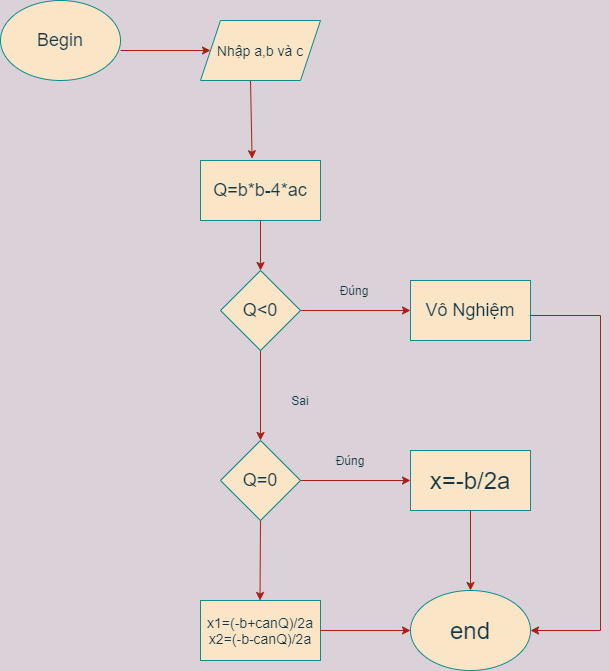
The draw.io diagram Flowchart giai pt bat 2.png in thongleqwer/flowchart, before a commit. Source tidied: cells renumbered, new cells last; positions are measured from the earlier drawing's top-left corner, leaving out a move shared by most shapes.
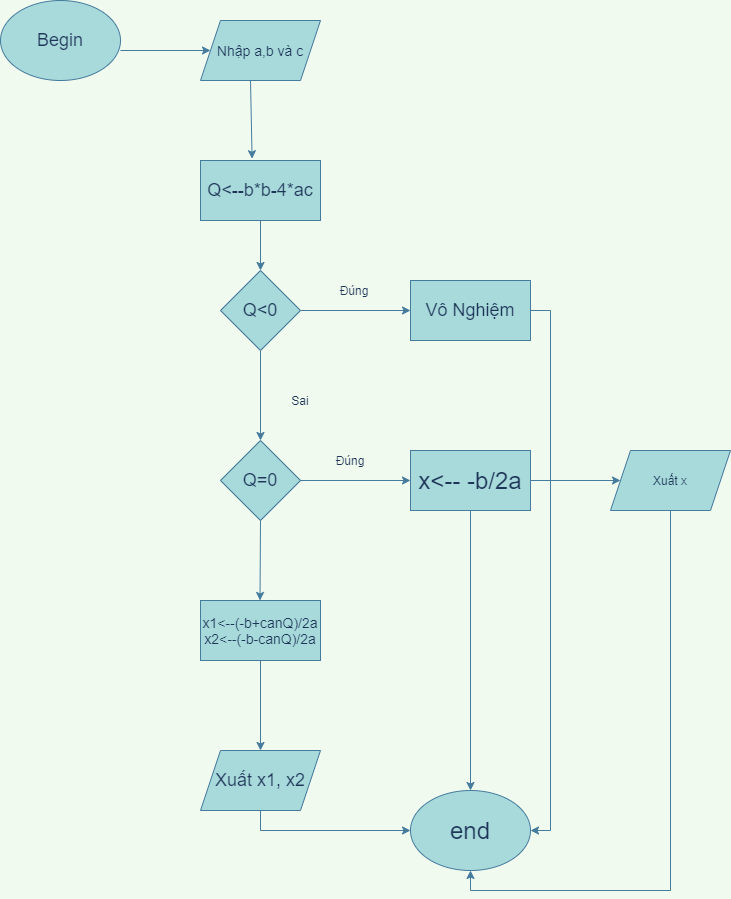
After the commit.

What changed in the source:
```diff
@@ -1,104 +1,103 @@
-<mxGraphModel background="#DAD2D8">
+<mxGraphModel background="#F1FAEE">
   <root>
     <mxCell id="0" />
     <mxCell id="1" parent="0" />
-    <mxCell id="2" value="&lt;font style=&quot;font-size: 18px&quot;&gt;Begin&lt;/font&gt;" style="ellipse;whiteSpace=wrap;html=1;fillColor=#FAE5C7;strokeColor=#0F8B8D;fontColor=#143642;" parent="1" vertex="1">
+    <mxCell id="2" value="&lt;font style=&quot;font-size: 18px&quot;&gt;Begin&lt;/font&gt;" style="ellipse;whiteSpace=wrap;html=1;fillColor=#A8DADC;strokeColor=#457B9D;fontColor=#1D3557;" parent="1" vertex="1">
       <mxGeometry width="120" height="80" as="geometry" />
     </mxCell>
-    <mxCell id="3" value="&lt;font style=&quot;font-size: 14px&quot;&gt;Nhập a,b và c&lt;/font&gt;" style="shape=parallelogram;perimeter=parallelogramPerimeter;whiteSpace=wrap;html=1;fixedSize=1;fillColor=#FAE5C7;strokeColor=#0F8B8D;fontColor=#143642;" parent="1" vertex="1">
+    <mxCell id="3" value="&lt;font style=&quot;font-size: 14px&quot;&gt;Nhập a,b và c&lt;/font&gt;" style="shape=parallelogram;perimeter=parallelogramPerimeter;whiteSpace=wrap;html=1;fixedSize=1;fillColor=#A8DADC;strokeColor=#457B9D;fontColor=#1D3557;" parent="1" vertex="1">
       <mxGeometry x="200" y="20" width="120" height="60" as="geometry" />
     </mxCell>
-    <mxCell id="4" style="endArrow=classic;html=1;entryX=0;entryY=0.5;entryDx=0;entryDy=0;labelBackgroundColor=#DAD2D8;strokeColor=#A8201A;fontColor=#143642;" parent="1" edge="1" target="3">
+    <mxCell id="4" style="endArrow=classic;html=1;entryX=0;entryY=0.5;entryDx=0;entryDy=0;strokeColor=#457B9D;fontColor=#1D3557;labelBackgroundColor=#F1FAEE;" parent="1" edge="1" target="3">
       <mxGeometry relative="1" as="geometry">
         <mxPoint x="120" y="50" as="sourcePoint" />
       </mxGeometry>
     </mxCell>
-    <mxCell id="5" value="&lt;font style=&quot;font-size: 18px&quot;&gt;Q=b*b-4*ac&lt;/font&gt;" style="rounded=0;whiteSpace=wrap;html=1;fillColor=#FAE5C7;strokeColor=#0F8B8D;fontColor=#143642;" parent="1" vertex="1">
+    <mxCell id="5" value="&lt;font style=&quot;font-size: 18px&quot;&gt;Q&amp;lt;--b*b-4*ac&lt;/font&gt;" style="rounded=0;whiteSpace=wrap;html=1;fillColor=#A8DADC;strokeColor=#457B9D;fontColor=#1D3557;" parent="1" vertex="1">
       <mxGeometry x="200" y="160" width="120" height="60" as="geometry" />
     </mxCell>
-    <mxCell id="6" style="endArrow=classic;html=1;entryX=0.43;entryY=-0.03;entryDx=0;entryDy=0;entryPerimeter=0;labelBackgroundColor=#DAD2D8;strokeColor=#A8201A;fontColor=#143642;" parent="1" edge="1" target="5">
+    <mxCell id="6" style="endArrow=classic;html=1;entryX=0.43;entryY=-0.03;entryDx=0;entryDy=0;entryPerimeter=0;strokeColor=#457B9D;fontColor=#1D3557;labelBackgroundColor=#F1FAEE;" parent="1" edge="1" target="5">
       <mxGeometry relative="1" as="geometry">
         <mxPoint x="250" y="80" as="sourcePoint" />
       </mxGeometry>
     </mxCell>
-    <mxCell id="7" value="&lt;font style=&quot;font-size: 18px&quot;&gt;Q&amp;lt;0&lt;/font&gt;" style="rhombus;whiteSpace=wrap;html=1;fillColor=#FAE5C7;strokeColor=#0F8B8D;fontColor=#143642;" parent="1" vertex="1">
+    <mxCell id="7" value="&lt;font style=&quot;font-size: 18px&quot;&gt;Q&amp;lt;0&lt;/font&gt;" style="rhombus;whiteSpace=wrap;html=1;fillColor=#A8DADC;strokeColor=#457B9D;fontColor=#1D3557;" parent="1" vertex="1">
       <mxGeometry x="220" y="270" width="80" height="80" as="geometry" />
     </mxCell>
-    <mxCell id="8" style="endArrow=classic;html=1;entryX=0.5;entryY=0;entryDx=0;entryDy=0;labelBackgroundColor=#DAD2D8;strokeColor=#A8201A;fontColor=#143642;" parent="1" edge="1" target="7">
+    <mxCell id="8" style="endArrow=classic;html=1;entryX=0.5;entryY=0;entryDx=0;entryDy=0;strokeColor=#457B9D;fontColor=#1D3557;labelBackgroundColor=#F1FAEE;" parent="1" edge="1" target="7">
       <mxGeometry relative="1" as="geometry">
         <mxPoint x="260" y="220" as="sourcePoint" />
       </mxGeometry>
     </mxCell>
+    <mxCell id="26" style="edgeStyle=orthogonalEdgeStyle;rounded=0;jettySize=auto;html=1;exitX=1;exitY=0.5;exitDx=0;exitDy=0;entryX=1;entryY=0.5;entryDx=0;entryDy=0;labelBackgroundColor=#F1FAEE;strokeColor=#457B9D;fontColor=#1D3557;" parent="1" edge="1" source="9" target="20">
+      <mxGeometry relative="1" as="geometry" />
+    </mxCell>
-    <mxCell id="9" value="&lt;font style=&quot;font-size: 18px&quot;&gt;Vô Nghiệm&lt;/font&gt;" style="rounded=0;whiteSpace=wrap;html=1;fillColor=#FAE5C7;strokeColor=#0F8B8D;fontColor=#143642;" parent="1" vertex="1">
+    <mxCell id="9" value="&lt;font style=&quot;font-size: 18px&quot;&gt;Vô Nghiệm&lt;/font&gt;" style="rounded=0;whiteSpace=wrap;html=1;fillColor=#A8DADC;strokeColor=#457B9D;fontColor=#1D3557;" parent="1" vertex="1">
       <mxGeometry x="410" y="280" width="120" height="60" as="geometry" />
     </mxCell>
-    <mxCell id="10" style="endArrow=classic;html=1;entryX=0;entryY=0.5;entryDx=0;entryDy=0;labelBackgroundColor=#DAD2D8;strokeColor=#A8201A;fontColor=#143642;" parent="1" edge="1" target="9">
+    <mxCell id="10" style="endArrow=classic;html=1;entryX=0;entryY=0.5;entryDx=0;entryDy=0;strokeColor=#457B9D;fontColor=#1D3557;labelBackgroundColor=#F1FAEE;" parent="1" edge="1" target="9">
       <mxGeometry relative="1" as="geometry">
         <mxPoint x="300" y="310" as="sourcePoint" />
       </mxGeometry>
     </mxCell>
-    <mxCell id="11" value="Đúng" style="text;html=1;strokeColor=none;fillColor=none;align=center;verticalAlign=middle;whiteSpace=wrap;rounded=0;fontColor=#143642;" parent="1" vertex="1">
+    <mxCell id="11" value="Đúng" style="text;html=1;strokeColor=none;fillColor=none;align=center;verticalAlign=middle;whiteSpace=wrap;rounded=0;fontColor=#1D3557;" parent="1" vertex="1">
       <mxGeometry x="333.5" y="280" width="40" height="20" as="geometry" />
     </mxCell>
-    <mxCell id="12" value="&lt;font style=&quot;font-size: 18px&quot;&gt;Q=0&lt;/font&gt;" style="rhombus;whiteSpace=wrap;html=1;fillColor=#FAE5C7;strokeColor=#0F8B8D;fontColor=#143642;" parent="1" vertex="1">
+    <mxCell id="12" value="&lt;font style=&quot;font-size: 18px&quot;&gt;Q=0&lt;/font&gt;" style="rhombus;whiteSpace=wrap;html=1;fillColor=#A8DADC;strokeColor=#457B9D;fontColor=#1D3557;" parent="1" vertex="1">
       <mxGeometry x="220" y="440" width="80" height="80" as="geometry" />
     </mxCell>
-    <mxCell id="13" style="endArrow=classic;html=1;entryX=0.5;entryY=0;entryDx=0;entryDy=0;labelBackgroundColor=#DAD2D8;strokeColor=#A8201A;fontColor=#143642;" parent="1" edge="1" target="12">
+    <mxCell id="13" style="endArrow=classic;html=1;entryX=0.5;entryY=0;entryDx=0;entryDy=0;strokeColor=#457B9D;fontColor=#1D3557;labelBackgroundColor=#F1FAEE;" parent="1" edge="1" target="12">
       <mxGeometry relative="1" as="geometry">
         <mxPoint x="260" y="350" as="sourcePoint" />
       </mxGeometry>
     </mxCell>
-    <mxCell id="14" value="Sai" style="text;html=1;strokeColor=none;fillColor=none;align=center;verticalAlign=middle;whiteSpace=wrap;rounded=0;fontColor=#143642;" parent="1" vertex="1">
+    <mxCell id="14" value="Sai" style="text;html=1;strokeColor=none;fillColor=none;align=center;verticalAlign=middle;whiteSpace=wrap;rounded=0;fontColor=#1D3557;" parent="1" vertex="1">
       <mxGeometry x="280" y="390" width="40" height="20" as="geometry" />
     </mxCell>
+    <mxCell id="27" style="edgeStyle=orthogonalEdgeStyle;rounded=0;jettySize=auto;html=1;exitX=1;exitY=0.5;exitDx=0;exitDy=0;labelBackgroundColor=#F1FAEE;strokeColor=#457B9D;fontColor=#1D3557;" parent="1" edge="1" source="15" target="30">
+      <mxGeometry relative="1" as="geometry" />
+    </mxCell>
-    <mxCell id="15" value="&lt;font style=&quot;font-size: 24px&quot;&gt;x=-b/2a&lt;/font&gt;" style="rounded=0;whiteSpace=wrap;html=1;fillColor=#FAE5C7;strokeColor=#0F8B8D;fontColor=#143642;" parent="1" vertex="1">
+    <mxCell id="15" value="&lt;font style=&quot;font-size: 24px&quot;&gt;x&amp;lt;-- -b/2a&lt;/font&gt;" style="rounded=0;whiteSpace=wrap;html=1;fillColor=#A8DADC;strokeColor=#457B9D;fontColor=#1D3557;" parent="1" vertex="1">
       <mxGeometry x="410" y="450" width="120" height="60" as="geometry" />
     </mxCell>
-    <mxCell id="16" style="endArrow=classic;html=1;entryX=0;entryY=0.5;entryDx=0;entryDy=0;labelBackgroundColor=#DAD2D8;strokeColor=#A8201A;fontColor=#143642;" parent="1" edge="1" target="15">
+    <mxCell id="16" style="endArrow=classic;html=1;entryX=0;entryY=0.5;entryDx=0;entryDy=0;strokeColor=#457B9D;fontColor=#1D3557;labelBackgroundColor=#F1FAEE;" parent="1" edge="1" target="15">
       <mxGeometry relative="1" as="geometry">
         <mxPoint x="300" y="480" as="sourcePoint" />
       </mxGeometry>
     </mxCell>
-    <mxCell id="17" value="Đúng" style="text;html=1;strokeColor=none;fillColor=none;align=center;verticalAlign=middle;whiteSpace=wrap;rounded=0;fontColor=#143642;" parent="1" vertex="1">
+    <mxCell id="17" value="Đúng" style="text;html=1;strokeColor=none;fillColor=none;align=center;verticalAlign=middle;whiteSpace=wrap;rounded=0;fontColor=#1D3557;" parent="1" vertex="1">
       <mxGeometry x="330" y="450" width="40" height="20" as="geometry" />
     </mxCell>
-    <mxCell id="18" style="endArrow=classic;html=1;exitX=0.5;exitY=1;exitDx=0;exitDy=0;labelBackgroundColor=#DAD2D8;strokeColor=#A8201A;fontColor=#143642;" parent="1" edge="1" source="12">
+    <mxCell id="18" style="endArrow=classic;html=1;exitX=0.5;exitY=1;exitDx=0;exitDy=0;strokeColor=#457B9D;fontColor=#1D3557;labelBackgroundColor=#F1FAEE;" parent="1" edge="1" source="12">
       <mxGeometry relative="1" as="geometry">
         <mxPoint x="259.5" y="600" as="targetPoint" />
       </mxGeometry>
     </mxCell>
+    <mxCell id="28" style="edgeStyle=orthogonalEdgeStyle;rounded=0;jettySize=auto;html=1;exitX=0.5;exitY=1;exitDx=0;exitDy=0;entryX=0.5;entryY=0;entryDx=0;entryDy=0;labelBackgroundColor=#F1FAEE;strokeColor=#457B9D;fontColor=#1D3557;" parent="1" edge="1" source="19" target="32">
+      <mxGeometry relative="1" as="geometry" />
+    </mxCell>
-    <mxCell id="19" value="&lt;font style=&quot;font-size: 14px&quot;&gt;x1=(-b+canQ)/2a&lt;br&gt;x2=(-b-canQ)/2a&lt;/font&gt;" style="rounded=0;whiteSpace=wrap;html=1;fillColor=#FAE5C7;strokeColor=#0F8B8D;fontColor=#143642;" parent="1" vertex="1">
+    <mxCell id="19" value="&lt;font style=&quot;font-size: 14px&quot;&gt;x1&amp;lt;--(-b+canQ)/2a&lt;br&gt;x2&amp;lt;--(-b-canQ)/2a&lt;/font&gt;" style="rounded=0;whiteSpace=wrap;html=1;fillColor=#A8DADC;strokeColor=#457B9D;fontColor=#1D3557;" parent="1" vertex="1">
       <mxGeometry x="200" y="600" width="120" height="60" as="geometry" />
     </mxCell>
-    <mxCell id="20" value="&lt;font style=&quot;font-size: 24px&quot;&gt;end&lt;/font&gt;" style="ellipse;whiteSpace=wrap;html=1;rounded=0;sketch=0;strokeColor=#0F8B8D;fillColor=#FAE5C7;fontColor=#143642;" parent="1" vertex="1">
-      <mxGeometry x="410" y="590" width="120" height="80" as="geometry" />
+    <mxCell id="20" value="&lt;font style=&quot;font-size: 24px&quot;&gt;end&lt;/font&gt;" style="ellipse;whiteSpace=wrap;html=1;rounded=0;sketch=0;strokeColor=#457B9D;fillColor=#A8DADC;fontColor=#1D3557;" parent="1" vertex="1">
+      <mxGeometry x="410" y="790" width="120" height="80" as="geometry" />
     </mxCell>
-    <mxCell id="21" style="endArrow=classic;html=1;strokeColor=#A8201A;fillColor=#FAE5C7;fontColor=#143642;entryX=0;entryY=0.5;entryDx=0;entryDy=0;" parent="1" edge="1" target="20">
-      <mxGeometry relative="1" as="geometry">
-        <mxPoint x="320" y="630" as="sourcePoint" />
-      </mxGeometry>
-    </mxCell>
-    <mxCell id="22" style="endArrow=classic;html=1;strokeColor=#A8201A;fillColor=#FAE5C7;fontColor=#143642;entryX=0.5;entryY=0;entryDx=0;entryDy=0;" parent="1" edge="1" target="20">
+    <mxCell id="22" style="endArrow=classic;html=1;strokeColor=#457B9D;fillColor=#A8DADC;fontColor=#1D3557;entryX=0.5;entryY=0;entryDx=0;entryDy=0;labelBackgroundColor=#F1FAEE;" parent="1" edge="1" target="20">
       <mxGeometry relative="1" as="geometry">
         <mxPoint x="470" y="510" as="sourcePoint" />
       </mxGeometry>
     </mxCell>
-    <mxCell id="23" style="endArrow=none;html=1;strokeColor=#A8201A;fillColor=#FAE5C7;fontColor=#143642;" parent="1" edge="1">
-      <mxGeometry relative="1" as="geometry">
-        <mxPoint x="530" y="315" as="sourcePoint" />
-        <mxPoint x="600" y="315" as="targetPoint" />
-      </mxGeometry>
-    </mxCell>
-    <mxCell id="24" style="endArrow=none;html=1;strokeColor=#A8201A;fillColor=#FAE5C7;fontColor=#143642;" parent="1" edge="1">
-      <mxGeometry relative="1" as="geometry">
-        <mxPoint x="600" y="315" as="sourcePoint" />
-        <mxPoint x="600" y="630" as="targetPoint" />
-      </mxGeometry>
-    </mxCell>
-    <mxCell id="25" style="endArrow=classic;html=1;strokeColor=#A8201A;fillColor=#FAE5C7;fontColor=#143642;entryX=1;entryY=0.5;entryDx=0;entryDy=0;" parent="1" edge="1" target="20">
-      <mxGeometry relative="1" as="geometry">
-        <mxPoint x="600" y="630" as="sourcePoint" />
-      </mxGeometry>
-    </mxCell>
+    <mxCell id="29" style="edgeStyle=orthogonalEdgeStyle;rounded=0;jettySize=auto;html=1;exitX=0.5;exitY=1;exitDx=0;exitDy=0;entryX=0.5;entryY=1;entryDx=0;entryDy=0;labelBackgroundColor=#F1FAEE;strokeColor=#457B9D;fontColor=#1D3557;" parent="1" edge="1" source="30" target="20">
+      <mxGeometry relative="1" as="geometry" />
+    </mxCell>
+    <mxCell id="30" value="Xuất x" style="shape=parallelogram;perimeter=parallelogramPerimeter;whiteSpace=wrap;html=1;fixedSize=1;fillColor=#A8DADC;strokeColor=#457B9D;fontColor=#1D3557;" parent="1" vertex="1">
+      <mxGeometry x="610" y="450" width="120" height="60" as="geometry" />
+    </mxCell>
+    <mxCell id="31" style="edgeStyle=orthogonalEdgeStyle;rounded=0;jettySize=auto;html=1;exitX=0.5;exitY=1;exitDx=0;exitDy=0;entryX=0;entryY=0.5;entryDx=0;entryDy=0;labelBackgroundColor=#F1FAEE;strokeColor=#457B9D;fontColor=#1D3557;" parent="1" edge="1" source="32" target="20">
+      <mxGeometry relative="1" as="geometry" />
+    </mxCell>
+    <mxCell id="32" value="&lt;font style=&quot;font-size: 18px&quot;&gt;Xuất x1, x2&lt;/font&gt;" style="shape=parallelogram;perimeter=parallelogramPerimeter;whiteSpace=wrap;html=1;fixedSize=1;fillColor=#A8DADC;strokeColor=#457B9D;fontColor=#1D3557;" parent="1" vertex="1">
+      <mxGeometry x="200" y="750" width="120" height="60" as="geometry" />
+    </mxCell>
   </root>
 </mxGraphModel>
```
